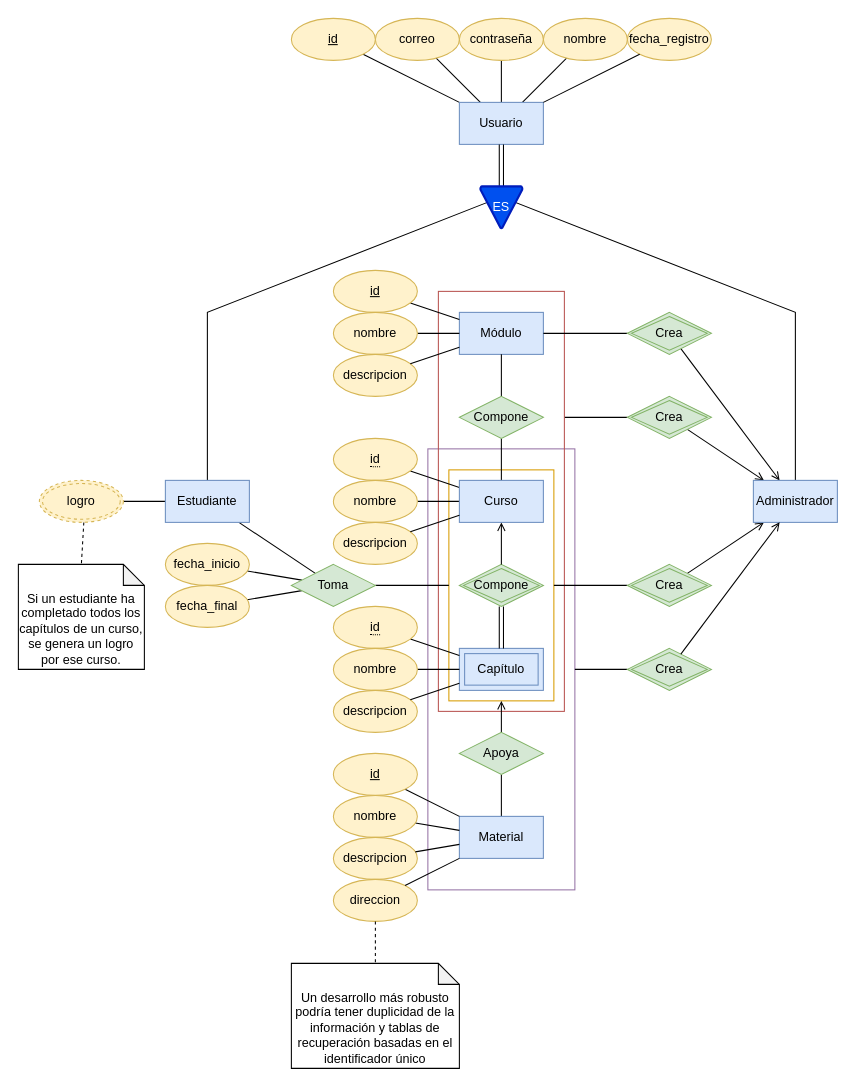
MrPocketMonsters/bdb-portal-capacitaciones keeps this draw.io diagram as diseño/diagrama_er.drawio. Above is the earlier version. Source tidied: cells renumbered, new cells numbered last; positions are measured from the earlier drawing's top-left corner, leaving out a move shared by most shapes. Both pictures are drawn from the tidied source at 105%, with x=0, y=0 at pixel (18, 18).
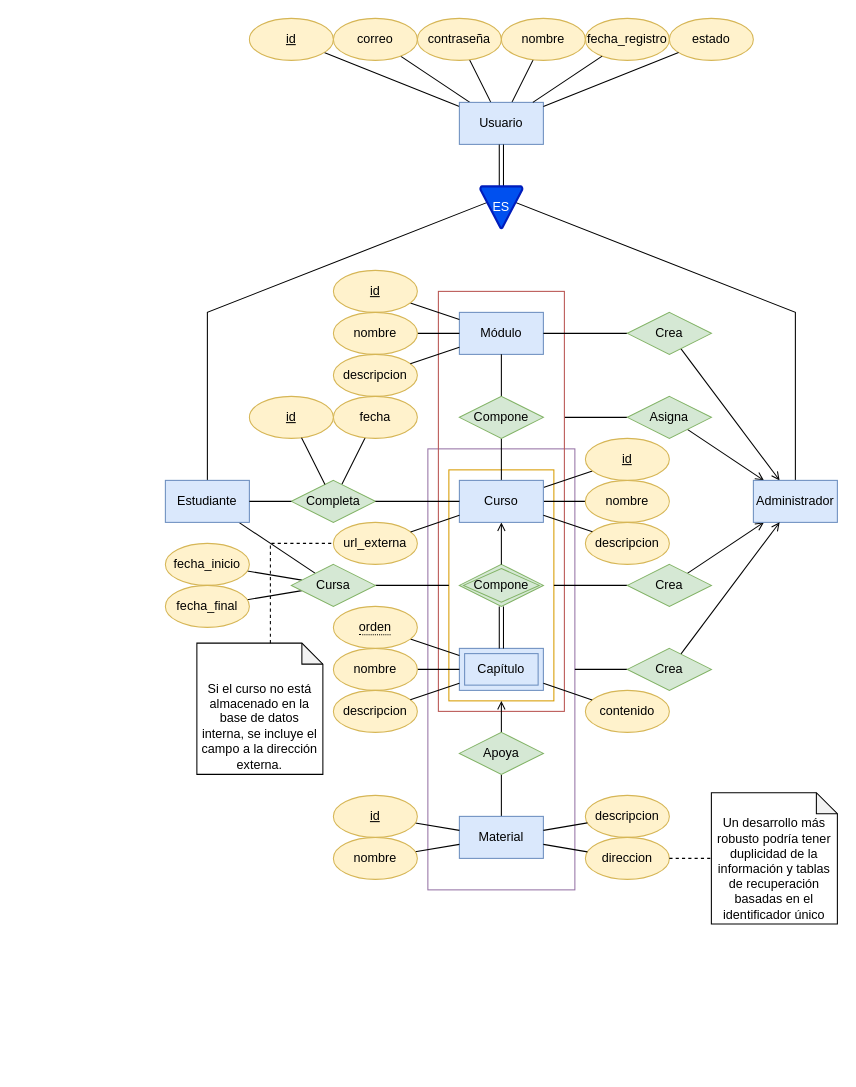
The same page after the edit.

Commit message (it also covers changes not shown here):
fix: fixed wrong notation on derived entities refactor: add active attribute on user and external_url attribute on courses feat: add new relation for completed courses

The change refers to these unchanged cells:
```xml
<mxCell id="2" style="rounded=0;whiteSpace=wrap;html=1;fillColor=none;strokeColor=#9673a6;" parent="1" vertex="1">
  <mxGeometry x="390" y="410" width="140" height="420" as="geometry" />
</mxCell>
<mxCell id="3" style="rounded=0;whiteSpace=wrap;html=1;fillColor=none;strokeColor=#b85450;" parent="1" vertex="1">
  <mxGeometry x="400" y="260" width="120" height="400" as="geometry" />
</mxCell>
<mxCell id="4" style="rounded=0;whiteSpace=wrap;html=1;fillColor=none;strokeColor=#d79b00;" parent="1" vertex="1">
  <mxGeometry x="410" y="430" width="100" height="220" as="geometry" />
</mxCell>
<mxCell id="9" value="Usuario" style="whiteSpace=wrap;html=1;align=center;fillColor=#dae8fc;strokeColor=#6c8ebf;" parent="1" vertex="1">
  <mxGeometry x="420" y="80" width="80" height="40" as="geometry" />
</mxCell>
<mxCell id="14" value="Estudiante" style="whiteSpace=wrap;html=1;align=center;fillColor=#dae8fc;strokeColor=#6c8ebf;" parent="1" vertex="1">
  <mxGeometry x="140" y="440" width="80" height="40" as="geometry" />
</mxCell>
<mxCell id="18" value="Administrador" style="whiteSpace=wrap;html=1;align=center;fillColor=#dae8fc;strokeColor=#6c8ebf;" parent="1" vertex="1">
  <mxGeometry x="700" y="440" width="80" height="40" as="geometry" />
</mxCell>
<mxCell id="19" value="Módulo" style="whiteSpace=wrap;html=1;align=center;fillColor=#dae8fc;strokeColor=#6c8ebf;" parent="1" vertex="1">
  <mxGeometry x="420" y="280" width="80" height="40" as="geometry" />
</mxCell>
<mxCell id="22" value="Capítulo" style="shape=ext;margin=3;double=1;whiteSpace=wrap;html=1;align=center;fillColor=#dae8fc;strokeColor=#6c8ebf;" parent="1" vertex="1">
  <mxGeometry x="420" y="600" width="80" height="40" as="geometry" />
</mxCell>
<mxCell id="69" value="Curso" style="whiteSpace=wrap;html=1;align=center;fillColor=#dae8fc;strokeColor=#6c8ebf;" parent="1" vertex="1">
  <mxGeometry x="420" y="440" width="80" height="40" as="geometry" />
</mxCell>
```

The edit, as a diff of the source:
```diff
@@
-    <mxCell id="13" style="edgeStyle=none;rounded=0;jettySize=auto;html=1;endArrow=none;endFill=0;" parent="1" edge="1" source="14">
-      <mxGeometry relative="1" as="geometry">
-        <mxPoint x="100" y="460" as="targetPoint" />
-      </mxGeometry>
-    </mxCell>
@@
-    <mxCell id="15" style="edgeStyle=none;rounded=0;jettySize=auto;html=1;endArrow=open;endFill=0;startArrow=none;startFill=0;" parent="1" edge="1" source="34" target="18">
+    <mxCell id="15" style="edgeStyle=none;rounded=0;jettySize=auto;html=1;endArrow=open;endFill=0;startArrow=none;startFill=0;" parent="1" edge="1" source="89" target="18">
       <mxGeometry relative="1" as="geometry" />
     </mxCell>
-    <mxCell id="16" style="edgeStyle=none;rounded=0;jettySize=auto;html=1;endArrow=open;endFill=0;startArrow=none;startFill=0;" parent="1" edge="1" source="36" target="18">
+    <mxCell id="16" style="edgeStyle=none;rounded=0;jettySize=auto;html=1;endArrow=open;endFill=0;startArrow=none;startFill=0;" parent="1" edge="1" source="88" target="18">
       <mxGeometry relative="1" as="geometry" />
     </mxCell>
-    <mxCell id="17" style="edgeStyle=none;rounded=0;jettySize=auto;html=1;endArrow=open;endFill=0;startArrow=none;startFill=0;" parent="1" edge="1" source="38" target="18">
+    <mxCell id="17" style="edgeStyle=none;rounded=0;jettySize=auto;html=1;endArrow=open;endFill=0;startArrow=none;startFill=0;" parent="1" edge="1" source="90" target="18">
       <mxGeometry relative="1" as="geometry" />
     </mxCell>
@@
-    <mxCell id="20" style="edgeStyle=none;rounded=0;jettySize=auto;html=1;endArrow=none;endFill=0;" parent="1" edge="1" source="69" target="55">
+    <mxCell id="20" style="edgeStyle=none;rounded=0;jettySize=auto;html=1;endArrow=none;endFill=0;" parent="1" edge="1" source="69" target="98">
       <mxGeometry relative="1" as="geometry" />
     </mxCell>
@@
-    <mxCell id="32" value="Toma" style="shape=rhombus;perimeter=rhombusPerimeter;whiteSpace=wrap;html=1;align=center;fillColor=#d5e8d4;strokeColor=#82b366;" parent="1" vertex="1">
+    <mxCell id="32" value="Cursa" style="shape=rhombus;perimeter=rhombusPerimeter;whiteSpace=wrap;html=1;align=center;fillColor=#d5e8d4;strokeColor=#82b366;" parent="1" vertex="1">
       <mxGeometry x="260" y="520" width="80" height="40" as="geometry" />
     </mxCell>
-    <mxCell id="33" style="edgeStyle=none;rounded=0;jettySize=auto;html=1;entryX=1.004;entryY=0.3;entryDx=0;entryDy=0;entryPerimeter=0;endArrow=none;endFill=0;" parent="1" edge="1" source="34" target="3">
+    <mxCell id="33" style="edgeStyle=none;rounded=0;jettySize=auto;html=1;entryX=1.004;entryY=0.3;entryDx=0;entryDy=0;entryPerimeter=0;endArrow=none;endFill=0;" parent="1" edge="1" source="89" target="3">
       <mxGeometry relative="1" as="geometry" />
     </mxCell>
-    <mxCell id="34" value="Crea" style="shape=rhombus;double=1;perimeter=rhombusPerimeter;whiteSpace=wrap;html=1;align=center;fillColor=#d5e8d4;strokeColor=#82b366;" parent="1" vertex="1">
-      <mxGeometry x="580" y="360" width="80" height="40" as="geometry" />
-    </mxCell>
-    <mxCell id="35" style="edgeStyle=none;rounded=0;jettySize=auto;html=1;endArrow=none;endFill=0;" parent="1" edge="1" source="36" target="4">
+    <mxCell id="35" style="edgeStyle=none;rounded=0;jettySize=auto;html=1;endArrow=none;endFill=0;" parent="1" edge="1" source="88" target="4">
       <mxGeometry relative="1" as="geometry" />
     </mxCell>
-    <mxCell id="36" value="Crea" style="shape=rhombus;double=1;perimeter=rhombusPerimeter;whiteSpace=wrap;html=1;align=center;fillColor=#d5e8d4;strokeColor=#82b366;" parent="1" vertex="1">
-      <mxGeometry x="580" y="520" width="80" height="40" as="geometry" />
-    </mxCell>
-    <mxCell id="37" style="edgeStyle=none;rounded=0;jettySize=auto;html=1;endArrow=none;endFill=0;" parent="1" edge="1" source="38" target="19">
+    <mxCell id="37" style="edgeStyle=none;rounded=0;jettySize=auto;html=1;endArrow=none;endFill=0;" parent="1" edge="1" source="90" target="19">
       <mxGeometry relative="1" as="geometry" />
     </mxCell>
-    <mxCell id="38" value="Crea" style="shape=rhombus;double=1;perimeter=rhombusPerimeter;whiteSpace=wrap;html=1;align=center;fillColor=#d5e8d4;strokeColor=#82b366;" parent="1" vertex="1">
-      <mxGeometry x="580" y="280" width="80" height="40" as="geometry" />
-    </mxCell>
@@
-    <mxCell id="44" style="edgeStyle=none;rounded=0;jettySize=auto;html=1;endArrow=none;endFill=0;" parent="1" edge="1" source="45" target="2">
+    <mxCell id="44" style="edgeStyle=none;rounded=0;jettySize=auto;html=1;endArrow=none;endFill=0;" parent="1" edge="1" source="87" target="2">
       <mxGeometry relative="1" as="geometry" />
     </mxCell>
-    <mxCell id="45" value="Crea" style="shape=rhombus;double=1;perimeter=rhombusPerimeter;whiteSpace=wrap;html=1;align=center;fillColor=#d5e8d4;strokeColor=#82b366;" parent="1" vertex="1">
-      <mxGeometry x="580" y="600" width="80" height="40" as="geometry" />
-    </mxCell>
-    <mxCell id="46" style="edgeStyle=none;rounded=0;jettySize=auto;html=1;endArrow=open;endFill=0;startArrow=none;startFill=0;" parent="1" edge="1" source="45" target="18">
+    <mxCell id="46" style="edgeStyle=none;rounded=0;jettySize=auto;html=1;endArrow=open;endFill=0;startArrow=none;startFill=0;" parent="1" edge="1" source="87" target="18">
       <mxGeometry relative="1" as="geometry" />
     </mxCell>
     <mxCell id="47" value="correo" style="ellipse;whiteSpace=wrap;html=1;align=center;fillColor=#fff2cc;strokeColor=#d6b656;" parent="1" vertex="1">
-      <mxGeometry x="340" width="80" height="40" as="geometry" />
+      <mxGeometry x="300" width="80" height="40" as="geometry" />
     </mxCell>
     <mxCell id="48" value="contraseña" style="ellipse;whiteSpace=wrap;html=1;align=center;fillColor=#fff2cc;strokeColor=#d6b656;" parent="1" vertex="1">
-      <mxGeometry x="420" width="80" height="40" as="geometry" />
+      <mxGeometry x="380" width="80" height="40" as="geometry" />
     </mxCell>
     <mxCell id="49" value="id" style="ellipse;whiteSpace=wrap;html=1;align=center;fontStyle=4;fillColor=#fff2cc;strokeColor=#d6b656;" parent="1" vertex="1">
-      <mxGeometry x="260" width="80" height="40" as="geometry" />
+      <mxGeometry x="220" width="80" height="40" as="geometry" />
     </mxCell>
     <mxCell id="50" value="nombre" style="ellipse;whiteSpace=wrap;html=1;align=center;fillColor=#fff2cc;strokeColor=#d6b656;" parent="1" vertex="1">
-      <mxGeometry x="500" width="80" height="40" as="geometry" />
+      <mxGeometry x="460" width="80" height="40" as="geometry" />
     </mxCell>
@@
-    <mxCell id="55" value="&lt;span style=&quot;border-bottom: 1px dotted&quot;&gt;id&lt;/span&gt;" style="ellipse;whiteSpace=wrap;html=1;align=center;fillColor=#fff2cc;strokeColor=#d6b656;" parent="1" vertex="1">
-      <mxGeometry x="300" y="400" width="80" height="40" as="geometry" />
-    </mxCell>
     <mxCell id="56" value="nombre" style="ellipse;whiteSpace=wrap;html=1;align=center;fillColor=#fff2cc;strokeColor=#d6b656;" parent="1" vertex="1">
-      <mxGeometry x="300" y="440" width="80" height="40" as="geometry" />
+      <mxGeometry x="540" y="440" width="80" height="40" as="geometry" />
     </mxCell>
-    <mxCell id="57" style="edgeStyle=none;rounded=0;jettySize=auto;html=1;endArrow=none;endFill=0;" parent="1" edge="1" source="22" target="59">
+    <mxCell id="57" style="edgeStyle=none;rounded=0;jettySize=auto;html=1;endArrow=none;endFill=0;" parent="1" edge="1" source="22" target="99">
       <mxGeometry relative="1" as="geometry" />
     </mxCell>
@@
-    <mxCell id="59" value="&lt;span style=&quot;border-bottom: 1px dotted&quot;&gt;id&lt;/span&gt;" style="ellipse;whiteSpace=wrap;html=1;align=center;fillColor=#fff2cc;strokeColor=#d6b656;" parent="1" vertex="1">
-      <mxGeometry x="300" y="560" width="80" height="40" as="geometry" />
-    </mxCell>
@@
     <mxCell id="63" value="nombre" style="ellipse;whiteSpace=wrap;html=1;align=center;fillColor=#fff2cc;strokeColor=#d6b656;" parent="1" vertex="1">
-      <mxGeometry x="300" y="740" width="80" height="40" as="geometry" />
+      <mxGeometry x="300" y="780" width="80" height="40" as="geometry" />
     </mxCell>
     <mxCell id="64" value="descripcion" style="ellipse;whiteSpace=wrap;html=1;align=center;fillColor=#fff2cc;strokeColor=#d6b656;" parent="1" vertex="1">
-      <mxGeometry x="300" y="780" width="80" height="40" as="geometry" />
+      <mxGeometry x="540" y="740" width="80" height="40" as="geometry" />
     </mxCell>
@@
-    <mxCell id="66" style="edgeStyle=none;rounded=0;jettySize=auto;html=1;endArrow=none;endFill=0;dashed=1;" parent="1" edge="1" source="67" target="71">
-      <mxGeometry relative="1" as="geometry" />
-    </mxCell>
-    <mxCell id="67" value="logro" style="ellipse;shape=doubleEllipse;margin=3;whiteSpace=wrap;html=1;align=center;dashed=1;fillColor=#fff2cc;strokeColor=#d6b656;" parent="1" vertex="1">
-      <mxGeometry x="20" y="440" width="80" height="40" as="geometry" />
-    </mxCell>
@@
-    <mxCell id="71" value="Si un estudiante ha completado todos los capítulos de un curso, se genera un logro por ese curso." style="shape=note;whiteSpace=wrap;html=1;backgroundOutline=1;darkOpacity=0.05;verticalAlign=bottom;size=20;" parent="1" vertex="1">
-      <mxGeometry y="520" width="120" height="100" as="geometry" />
-    </mxCell>
     <mxCell id="72" value="fecha_registro" style="ellipse;whiteSpace=wrap;html=1;align=center;fillColor=#fff2cc;strokeColor=#d6b656;" parent="1" vertex="1">
-      <mxGeometry x="580" width="80" height="40" as="geometry" />
+      <mxGeometry x="540" width="80" height="40" as="geometry" />
     </mxCell>
@@
     <mxCell id="79" value="descripcion" style="ellipse;whiteSpace=wrap;html=1;align=center;fillColor=#fff2cc;strokeColor=#d6b656;" parent="1" vertex="1">
-      <mxGeometry x="300" y="480" width="80" height="40" as="geometry" />
+      <mxGeometry x="540" y="480" width="80" height="40" as="geometry" />
     </mxCell>
@@
     <mxCell id="82" value="direccion" style="ellipse;whiteSpace=wrap;html=1;align=center;fillColor=#fff2cc;strokeColor=#d6b656;" parent="1" vertex="1">
-      <mxGeometry x="300" y="820" width="80" height="40" as="geometry" />
+      <mxGeometry x="540" y="780" width="80" height="40" as="geometry" />
     </mxCell>
@@
     <mxCell id="84" style="edgeStyle=none;rounded=0;jettySize=auto;html=1;endArrow=none;endFill=0;dashed=1;" parent="1" edge="1" source="82" target="85">
-      <mxGeometry relative="1" as="geometry" />
+      <mxGeometry relative="1" as="geometry">
+        <Array as="points">
+          <mxPoint x="650" y="800" />
+        </Array>
+      </mxGeometry>
     </mxCell>
     <mxCell id="85" value="Un desarrollo más robusto podría tener duplicidad de la información y tablas de recuperación basadas en el identificador único" style="shape=note;whiteSpace=wrap;html=1;backgroundOutline=1;darkOpacity=0.05;verticalAlign=bottom;size=20;" parent="1" vertex="1">
-      <mxGeometry x="260" y="900" width="160" height="100" as="geometry" />
+      <mxGeometry x="660" y="737.5" width="120" height="125" as="geometry" />
     </mxCell>
     <mxCell id="86" value="id" style="ellipse;whiteSpace=wrap;html=1;align=center;fontStyle=4;fillColor=#fff2cc;strokeColor=#d6b656;" parent="1" vertex="1">
-      <mxGeometry x="300" y="700" width="80" height="40" as="geometry" />
+      <mxGeometry x="300" y="740" width="80" height="40" as="geometry" />
     </mxCell>
+    <mxCell id="87" value="Crea" style="shape=rhombus;perimeter=rhombusPerimeter;whiteSpace=wrap;html=1;align=center;fillColor=#d5e8d4;strokeColor=#82b366;" parent="1" vertex="1">
+      <mxGeometry x="580" y="600" width="80" height="40" as="geometry" />
+    </mxCell>
+    <mxCell id="88" value="Crea" style="shape=rhombus;perimeter=rhombusPerimeter;whiteSpace=wrap;html=1;align=center;fillColor=#d5e8d4;strokeColor=#82b366;" parent="1" vertex="1">
+      <mxGeometry x="580" y="520" width="80" height="40" as="geometry" />
+    </mxCell>
+    <mxCell id="89" value="Asigna" style="shape=rhombus;perimeter=rhombusPerimeter;whiteSpace=wrap;html=1;align=center;fillColor=#d5e8d4;strokeColor=#82b366;" parent="1" vertex="1">
+      <mxGeometry x="580" y="360" width="80" height="40" as="geometry" />
+    </mxCell>
+    <mxCell id="90" value="Crea" style="shape=rhombus;perimeter=rhombusPerimeter;whiteSpace=wrap;html=1;align=center;fillColor=#d5e8d4;strokeColor=#82b366;" parent="1" vertex="1">
+      <mxGeometry x="580" y="280" width="80" height="40" as="geometry" />
+    </mxCell>
+    <mxCell id="91" style="rounded=0;jettySize=auto;html=1;endArrow=none;endFill=0;" parent="1" edge="1" source="92" target="97">
+      <mxGeometry relative="1" as="geometry" />
+    </mxCell>
+    <mxCell id="92" value="Completa" style="shape=rhombus;perimeter=rhombusPerimeter;whiteSpace=wrap;html=1;align=center;fillColor=#d5e8d4;strokeColor=#82b366;" parent="1" vertex="1">
+      <mxGeometry x="260" y="440" width="80" height="40" as="geometry" />
+    </mxCell>
+    <mxCell id="93" style="edgeStyle=none;rounded=0;jettySize=auto;html=1;endArrow=none;endFill=0;" parent="1" edge="1" source="14" target="92">
+      <mxGeometry relative="1" as="geometry" />
+    </mxCell>
+    <mxCell id="94" style="edgeStyle=none;rounded=0;jettySize=auto;html=1;endArrow=none;endFill=0;" parent="1" edge="1" source="92" target="69">
+      <mxGeometry relative="1" as="geometry" />
+    </mxCell>
+    <mxCell id="95" value="contenido" style="ellipse;whiteSpace=wrap;html=1;align=center;fillColor=#fff2cc;strokeColor=#d6b656;" parent="1" vertex="1">
+      <mxGeometry x="540" y="640" width="80" height="40" as="geometry" />
+    </mxCell>
+    <mxCell id="96" style="edgeStyle=none;rounded=0;jettySize=auto;html=1;endArrow=none;endFill=0;" parent="1" edge="1" source="95" target="22">
+      <mxGeometry relative="1" as="geometry" />
+    </mxCell>
+    <mxCell id="97" value="fecha" style="ellipse;whiteSpace=wrap;html=1;align=center;fillColor=#fff2cc;strokeColor=#d6b656;" parent="1" vertex="1">
+      <mxGeometry x="300" y="360" width="80" height="40" as="geometry" />
+    </mxCell>
+    <mxCell id="98" value="id" style="ellipse;whiteSpace=wrap;html=1;align=center;fontStyle=4;fillColor=#fff2cc;strokeColor=#d6b656;" parent="1" vertex="1">
+      <mxGeometry x="540" y="400" width="80" height="40" as="geometry" />
+    </mxCell>
+    <mxCell id="99" value="&lt;span style=&quot;border-bottom: 1px dotted&quot;&gt;orden&lt;/span&gt;" style="ellipse;whiteSpace=wrap;html=1;align=center;fillColor=#fff2cc;strokeColor=#d6b656;" parent="1" vertex="1">
+      <mxGeometry x="300" y="560" width="80" height="40" as="geometry" />
+    </mxCell>
+    <mxCell id="100" value="id" style="ellipse;whiteSpace=wrap;html=1;align=center;fontStyle=4;fillColor=#fff2cc;strokeColor=#d6b656;" parent="1" vertex="1">
+      <mxGeometry x="220" y="360" width="80" height="40" as="geometry" />
+    </mxCell>
+    <mxCell id="101" style="rounded=0;jettySize=auto;html=1;endArrow=none;endFill=0;" parent="1" edge="1" source="92" target="100">
+      <mxGeometry relative="1" as="geometry" />
+    </mxCell>
+    <mxCell id="102" value="url_externa" style="ellipse;whiteSpace=wrap;html=1;align=center;fillColor=#fff2cc;strokeColor=#d6b656;" parent="1" vertex="1">
+      <mxGeometry x="300" y="480" width="80" height="40" as="geometry" />
+    </mxCell>
+    <mxCell id="103" style="edgeStyle=none;rounded=0;jettySize=auto;html=1;endArrow=none;endFill=0;" parent="1" edge="1" source="102" target="69">
+      <mxGeometry relative="1" as="geometry" />
+    </mxCell>
+    <mxCell id="104" value="estado" style="ellipse;whiteSpace=wrap;html=1;align=center;fillColor=#fff2cc;strokeColor=#d6b656;" parent="1" vertex="1">
+      <mxGeometry x="620" width="80" height="40" as="geometry" />
+    </mxCell>
+    <mxCell id="105" style="edgeStyle=none;rounded=0;jettySize=auto;html=1;endArrow=none;endFill=0;" parent="1" edge="1" source="9" target="104">
+      <mxGeometry relative="1" as="geometry" />
+    </mxCell>
+    <mxCell id="106" value="Si el curso no está almacenado en la base de datos interna, se incluye el campo a la dirección externa." style="shape=note;whiteSpace=wrap;html=1;backgroundOutline=1;darkOpacity=0.05;verticalAlign=bottom;size=20;" parent="1" vertex="1">
+      <mxGeometry x="170" y="595" width="120" height="125" as="geometry" />
+    </mxCell>
+    <mxCell id="107" style="edgeStyle=orthogonalEdgeStyle;rounded=0;jettySize=auto;html=1;endArrow=none;endFill=0;dashed=1;" parent="1" edge="1" source="106" target="102">
+      <mxGeometry relative="1" as="geometry">
+        <Array as="points">
+          <mxPoint x="240" y="500" />
+        </Array>
+      </mxGeometry>
+    </mxCell>
```
